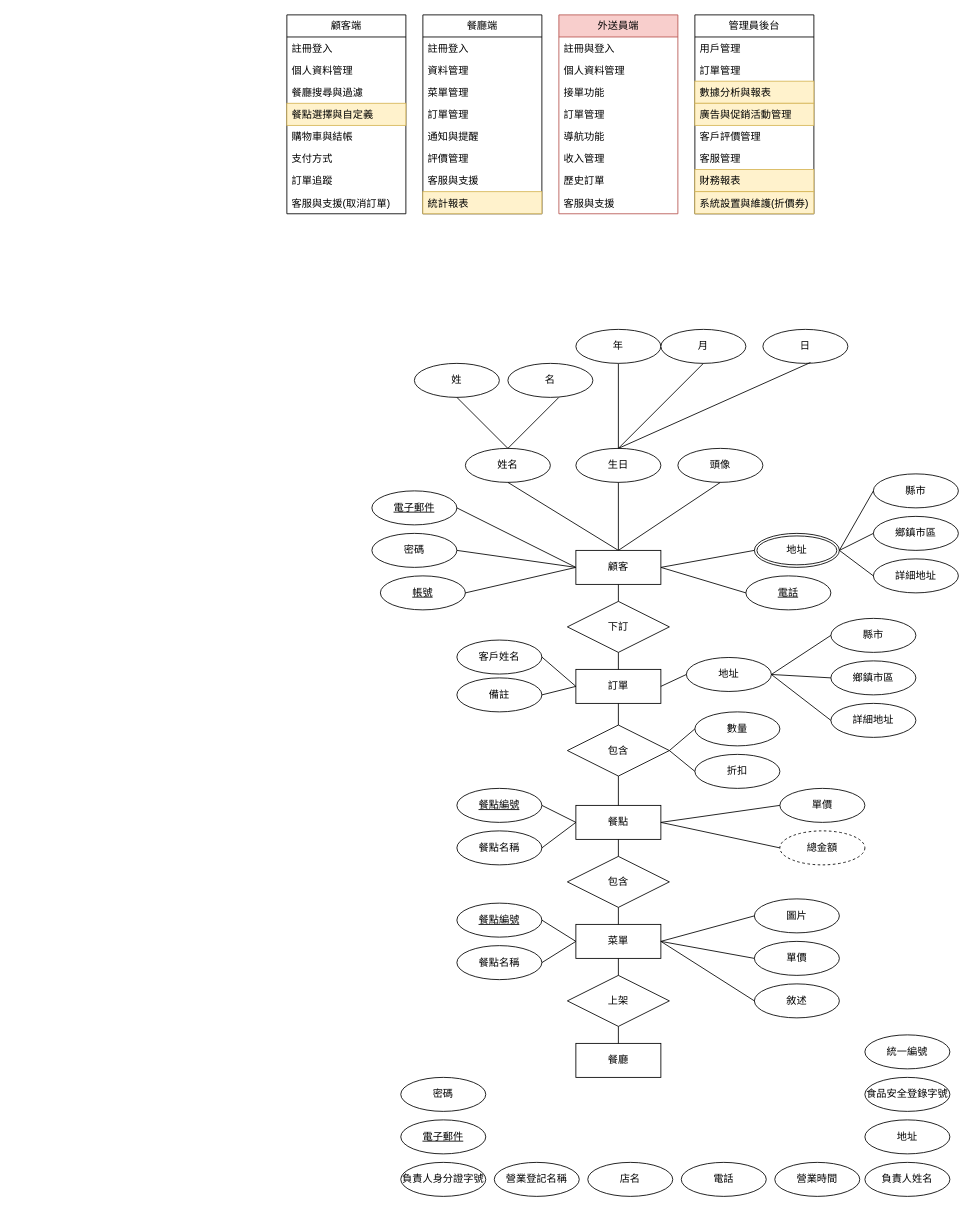
Above: page "第 3 页" (3 of 3) of structure.drawio in yupm15/project2 (draw.io), before the change. Source tidied: cells renumbered, new cells numbered last; positions are measured from the earlier drawing's top-left corner, leaving out a move shared by most shapes. Both pictures are drawn from the tidied source at 85%, with x=0, y=0 at pixel (286, 14).
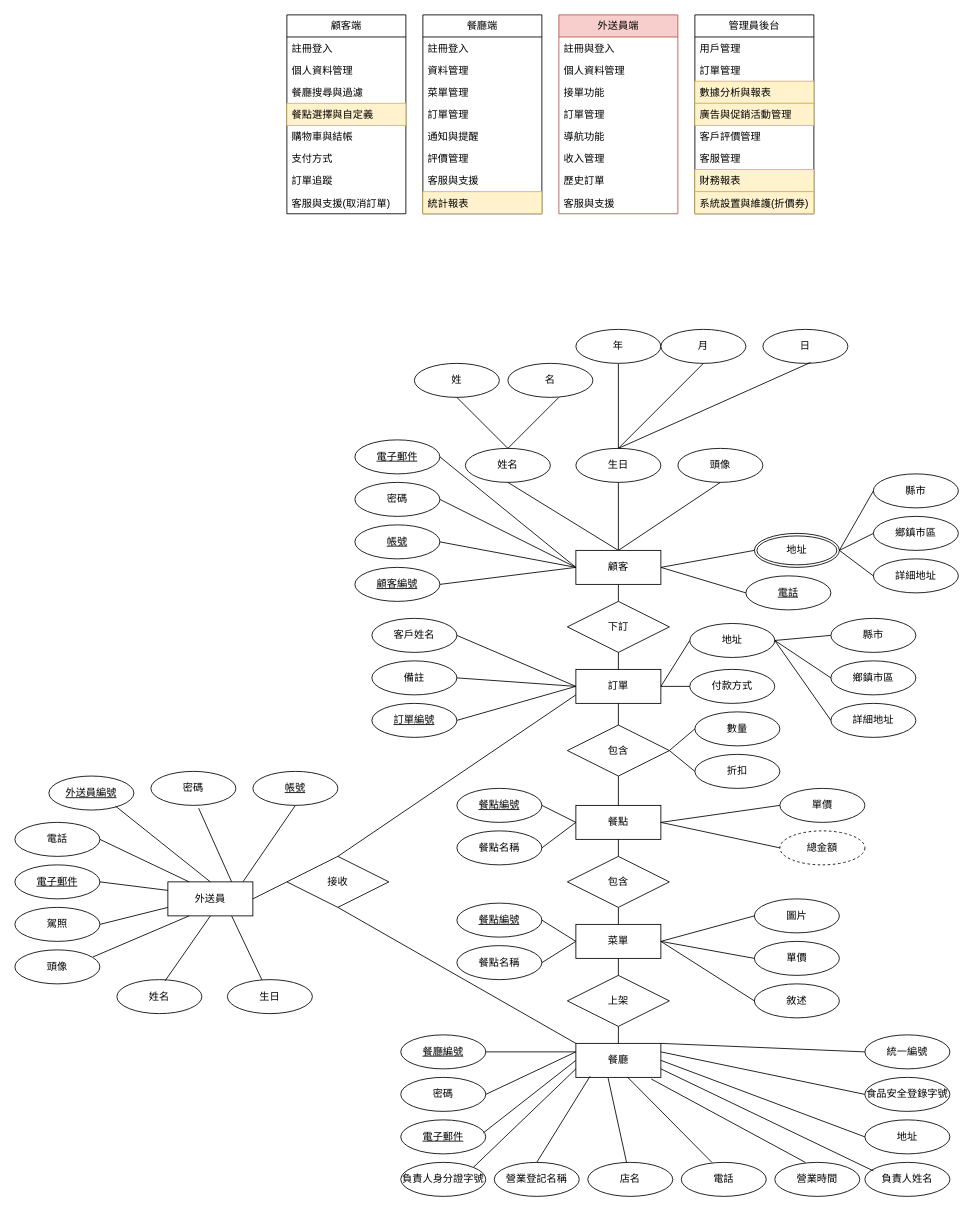
The same diagram, later.

The change refers to these unchanged cells:
```xml
<mxCell id="47" value="訂單" style="whiteSpace=wrap;html=1;align=center;" parent="1" vertex="1">
  <mxGeometry x="340" y="770" width="100" height="40" as="geometry" />
</mxCell>
<mxCell id="64" value="餐廳" style="whiteSpace=wrap;html=1;align=center;" parent="1" vertex="1">
  <mxGeometry x="340" y="1210" width="100" height="40" as="geometry" />
</mxCell>
<mxCell id="65" value="電子郵件" style="ellipse;whiteSpace=wrap;html=1;align=center;fontStyle=4;" parent="1" vertex="1">
  <mxGeometry x="134" y="1300" width="100" height="40" as="geometry" />
</mxCell>
<mxCell id="66" value="店名" style="ellipse;whiteSpace=wrap;html=1;align=center;" parent="1" vertex="1">
  <mxGeometry x="354" y="1350" width="100" height="40" as="geometry" />
</mxCell>
<mxCell id="67" value="電話" style="ellipse;whiteSpace=wrap;html=1;align=center;" parent="1" vertex="1">
  <mxGeometry x="464" y="1350" width="100" height="40" as="geometry" />
</mxCell>
<mxCell id="68" value="負責人姓名" style="ellipse;whiteSpace=wrap;html=1;align=center;" parent="1" vertex="1">
  <mxGeometry x="680" y="1350" width="100" height="40" as="geometry" />
</mxCell>
<mxCell id="69" value="地址" style="ellipse;whiteSpace=wrap;html=1;align=center;" parent="1" vertex="1">
  <mxGeometry x="680" y="1300" width="100" height="40" as="geometry" />
</mxCell>
<mxCell id="70" value="營業時間" style="ellipse;whiteSpace=wrap;html=1;align=center;" parent="1" vertex="1">
  <mxGeometry x="574" y="1350" width="100" height="40" as="geometry" />
</mxCell>
<mxCell id="71" value="統一編號" style="ellipse;whiteSpace=wrap;html=1;align=center;" parent="1" vertex="1">
  <mxGeometry x="680" y="1200" width="100" height="40" as="geometry" />
</mxCell>
<mxCell id="72" value="負責人身分證字號" style="ellipse;whiteSpace=wrap;html=1;align=center;" parent="1" vertex="1">
  <mxGeometry x="134" y="1350" width="100" height="40" as="geometry" />
</mxCell>
<mxCell id="73" value="營業登記名稱" style="ellipse;whiteSpace=wrap;html=1;align=center;" parent="1" vertex="1">
  <mxGeometry x="244" y="1350" width="100" height="40" as="geometry" />
</mxCell>
<mxCell id="74" value="食品安全登錄字號" style="ellipse;whiteSpace=wrap;html=1;align=center;" parent="1" vertex="1">
  <mxGeometry x="680" y="1250" width="100" height="40" as="geometry" />
</mxCell>
<mxCell id="75" value="密碼" style="ellipse;whiteSpace=wrap;html=1;align=center;" parent="1" vertex="1">
  <mxGeometry x="134" y="1250" width="100" height="40" as="geometry" />
</mxCell>
<mxCell id="124" value="顧客" style="whiteSpace=wrap;html=1;align=center;" parent="1" vertex="1">
  <mxGeometry x="340" y="630" width="100" height="40" as="geometry" />
</mxCell>
```

Change to the diagram source:
```diff
@@
     <mxCell id="41" value="密碼" style="ellipse;whiteSpace=wrap;html=1;align=center;" parent="1" vertex="1">
-      <mxGeometry x="100" y="610" width="100" height="40" as="geometry" />
+      <mxGeometry x="80" y="550" width="100" height="40" as="geometry" />
     </mxCell>
@@
     <mxCell id="43" value="帳號" style="ellipse;whiteSpace=wrap;html=1;align=center;fontStyle=4;" parent="1" vertex="1">
-      <mxGeometry x="110" y="660" width="100" height="40" as="geometry" />
+      <mxGeometry x="80" y="600" width="100" height="40" as="geometry" />
     </mxCell>
     <mxCell id="44" value="電子郵件" style="ellipse;whiteSpace=wrap;html=1;align=center;fontStyle=4;" parent="1" vertex="1">
-      <mxGeometry x="100" y="560" width="100" height="40" as="geometry" />
+      <mxGeometry x="80" y="500" width="100" height="40" as="geometry" />
     </mxCell>
@@
     <mxCell id="48" value="客戶姓名" style="ellipse;whiteSpace=wrap;html=1;align=center;" parent="1" vertex="1">
-      <mxGeometry x="200" y="735.5" width="100" height="40" as="geometry" />
+      <mxGeometry x="100" y="710" width="100" height="40" as="geometry" />
     </mxCell>
     <mxCell id="49" value="地址" style="ellipse;whiteSpace=wrap;html=1;align=center;" parent="1" vertex="1">
-      <mxGeometry x="470" y="756" width="100" height="40" as="geometry" />
+      <mxGeometry x="474" y="716" width="100" height="40" as="geometry" />
     </mxCell>
@@
     <mxCell id="114" value="備註" style="ellipse;whiteSpace=wrap;html=1;align=center;" parent="1" vertex="1">
-      <mxGeometry x="200" y="780" width="100" height="40" as="geometry" />
+      <mxGeometry x="100" y="760" width="100" height="40" as="geometry" />
     </mxCell>
@@
+    <mxCell id="133" value="付款方式" style="ellipse;whiteSpace=wrap;html=1;align=center;" parent="1" vertex="1">
+      <mxGeometry x="474" y="770" width="100" height="40" as="geometry" />
+    </mxCell>
+    <mxCell id="134" style="endArrow=none;html=1;rounded=0;entryX=0;entryY=0.5;entryDx=0;entryDy=0;exitX=1;exitY=0.5;exitDx=0;exitDy=0;" parent="1" edge="1" source="47" target="133">
+      <mxGeometry relative="1" as="geometry" />
+    </mxCell>
+    <mxCell id="135" style="endArrow=none;html=1;rounded=0;entryX=0;entryY=0.25;entryDx=0;entryDy=0;exitX=1;exitY=0.5;exitDx=0;exitDy=0;" parent="1" edge="1" source="75" target="64">
+      <mxGeometry relative="1" as="geometry" />
+    </mxCell>
+    <mxCell id="136" style="endArrow=none;html=1;rounded=0;entryX=0;entryY=0.5;entryDx=0;entryDy=0;exitX=0.972;exitY=0.381;exitDx=0;exitDy=0;exitPerimeter=0;" parent="1" edge="1" source="65" target="64">
+      <mxGeometry relative="1" as="geometry" />
+    </mxCell>
+    <mxCell id="137" style="endArrow=none;html=1;rounded=0;entryX=0;entryY=0.75;entryDx=0;entryDy=0;exitX=1;exitY=0;exitDx=0;exitDy=0;" parent="1" edge="1" source="72" target="64">
+      <mxGeometry relative="1" as="geometry" />
+    </mxCell>
+    <mxCell id="138" style="endArrow=none;html=1;rounded=0;entryX=0.166;entryY=0.969;entryDx=0;entryDy=0;exitX=0.5;exitY=0;exitDx=0;exitDy=0;entryPerimeter=0;" parent="1" edge="1" source="73" target="64">
+      <mxGeometry relative="1" as="geometry" />
+    </mxCell>
+    <mxCell id="139" style="endArrow=none;html=1;rounded=0;entryX=0.379;entryY=1.016;entryDx=0;entryDy=0;entryPerimeter=0;" parent="1" edge="1" source="66" target="64">
+      <mxGeometry relative="1" as="geometry" />
+    </mxCell>
+    <mxCell id="140" style="endArrow=none;html=1;rounded=0;entryX=0.611;entryY=1.001;entryDx=0;entryDy=0;exitX=0.36;exitY=0;exitDx=0;exitDy=0;entryPerimeter=0;exitPerimeter=0;" parent="1" edge="1" source="67" target="64">
+      <mxGeometry relative="1" as="geometry" />
+    </mxCell>
+    <mxCell id="141" style="endArrow=none;html=1;rounded=0;entryX=0.887;entryY=1.048;entryDx=0;entryDy=0;exitX=0.36;exitY=0;exitDx=0;exitDy=0;entryPerimeter=0;exitPerimeter=0;" parent="1" edge="1" source="70" target="64">
+      <mxGeometry relative="1" as="geometry" />
+    </mxCell>
+    <mxCell id="142" style="endArrow=none;html=1;rounded=0;entryX=1;entryY=0.75;entryDx=0;entryDy=0;exitX=0.1;exitY=0.25;exitDx=0;exitDy=0;exitPerimeter=0;" parent="1" edge="1" source="68" target="64">
+      <mxGeometry relative="1" as="geometry" />
+    </mxCell>
+    <mxCell id="143" style="endArrow=none;html=1;rounded=0;entryX=1;entryY=0.5;entryDx=0;entryDy=0;exitX=0;exitY=0.5;exitDx=0;exitDy=0;" parent="1" edge="1" source="69" target="64">
+      <mxGeometry relative="1" as="geometry" />
+    </mxCell>
+    <mxCell id="144" style="endArrow=none;html=1;rounded=0;entryX=1;entryY=0.25;entryDx=0;entryDy=0;exitX=0;exitY=0.5;exitDx=0;exitDy=0;" parent="1" edge="1" source="74" target="64">
+      <mxGeometry relative="1" as="geometry" />
+    </mxCell>
+    <mxCell id="145" style="endArrow=none;html=1;rounded=0;entryX=1;entryY=0;entryDx=0;entryDy=0;exitX=0;exitY=0.5;exitDx=0;exitDy=0;" parent="1" edge="1" source="71" target="64">
+      <mxGeometry relative="1" as="geometry" />
+    </mxCell>
+    <mxCell id="146" value="外送員" style="whiteSpace=wrap;html=1;align=center;" parent="1" vertex="1">
+      <mxGeometry x="-140" y="1020" width="100" height="40" as="geometry" />
+    </mxCell>
+    <mxCell id="147" value="接收" style="shape=rhombus;perimeter=rhombusPerimeter;whiteSpace=wrap;html=1;align=center;" parent="1" vertex="1">
+      <mxGeometry y="990" width="120" height="60" as="geometry" />
+    </mxCell>
+    <mxCell id="148" style="endArrow=none;html=1;rounded=0;entryX=0;entryY=0;entryDx=0;entryDy=0;exitX=0.5;exitY=1;exitDx=0;exitDy=0;" parent="1" edge="1" source="147" target="64">
+      <mxGeometry relative="1" as="geometry" />
+    </mxCell>
+    <mxCell id="149" style="endArrow=none;html=1;rounded=0;entryX=0;entryY=0.75;entryDx=0;entryDy=0;exitX=0.5;exitY=0;exitDx=0;exitDy=0;" parent="1" edge="1" source="147" target="47">
+      <mxGeometry relative="1" as="geometry" />
+    </mxCell>
+    <mxCell id="150" style="endArrow=none;html=1;rounded=0;exitX=1;exitY=0.5;exitDx=0;exitDy=0;entryX=0;entryY=0.5;entryDx=0;entryDy=0;" parent="1" edge="1" source="146" target="147">
+      <mxGeometry relative="1" as="geometry" />
+    </mxCell>
+    <mxCell id="151" value="顧客編號" style="ellipse;whiteSpace=wrap;html=1;align=center;fontStyle=4;" parent="1" vertex="1">
+      <mxGeometry x="80" y="650" width="100" height="40" as="geometry" />
+    </mxCell>
+    <mxCell id="152" style="endArrow=none;html=1;rounded=0;entryX=0;entryY=0.5;entryDx=0;entryDy=0;exitX=1;exitY=0.5;exitDx=0;exitDy=0;" parent="1" edge="1" source="151" target="124">
+      <mxGeometry relative="1" as="geometry" />
+    </mxCell>
+    <mxCell id="153" value="餐廳編號" style="ellipse;whiteSpace=wrap;html=1;align=center;fontStyle=4;" parent="1" vertex="1">
+      <mxGeometry x="134" y="1200" width="100" height="40" as="geometry" />
+    </mxCell>
+    <mxCell id="154" style="endArrow=none;html=1;rounded=0;exitX=1;exitY=0.5;exitDx=0;exitDy=0;entryX=0;entryY=0.25;entryDx=0;entryDy=0;" parent="1" edge="1" source="153" target="64">
+      <mxGeometry relative="1" as="geometry" />
+    </mxCell>
+    <mxCell id="155" value="訂單編號" style="ellipse;whiteSpace=wrap;html=1;align=center;fontStyle=4;" parent="1" vertex="1">
+      <mxGeometry x="100" y="810" width="100" height="40" as="geometry" />
+    </mxCell>
+    <mxCell id="156" style="endArrow=none;html=1;rounded=0;entryX=0;entryY=0.5;entryDx=0;entryDy=0;exitX=1;exitY=0.5;exitDx=0;exitDy=0;" parent="1" edge="1" source="155" target="47">
+      <mxGeometry relative="1" as="geometry" />
+    </mxCell>
+    <mxCell id="157" value="頭像" style="ellipse;whiteSpace=wrap;html=1;align=center;" parent="1" vertex="1">
+      <mxGeometry x="-320" y="1100" width="100" height="40" as="geometry" />
+    </mxCell>
+    <mxCell id="158" value="電話" style="ellipse;whiteSpace=wrap;html=1;align=center;" parent="1" vertex="1">
+      <mxGeometry x="-320" y="950" width="100" height="40" as="geometry" />
+    </mxCell>
+    <mxCell id="159" value="駕照" style="ellipse;whiteSpace=wrap;html=1;align=center;" parent="1" vertex="1">
+      <mxGeometry x="-320" y="1050" width="100" height="40" as="geometry" />
+    </mxCell>
+    <mxCell id="160" value="外送員編號" style="ellipse;whiteSpace=wrap;html=1;align=center;fontStyle=4;" parent="1" vertex="1">
+      <mxGeometry x="-280" y="895.5" width="100" height="40" as="geometry" />
+    </mxCell>
+    <mxCell id="161" value="電子郵件" style="ellipse;whiteSpace=wrap;html=1;align=center;fontStyle=4;" parent="1" vertex="1">
+      <mxGeometry x="-320" y="1000" width="100" height="40" as="geometry" />
+    </mxCell>
+    <mxCell id="162" value="姓名" style="ellipse;whiteSpace=wrap;html=1;align=center;" parent="1" vertex="1">
+      <mxGeometry x="-200" y="1135" width="100" height="40" as="geometry" />
+    </mxCell>
+    <mxCell id="163" value="生日" style="ellipse;whiteSpace=wrap;html=1;align=center;" parent="1" vertex="1">
+      <mxGeometry x="-70" y="1135" width="100" height="40" as="geometry" />
+    </mxCell>
+    <mxCell id="164" value="密碼" style="ellipse;whiteSpace=wrap;html=1;align=center;" parent="1" vertex="1">
+      <mxGeometry x="-160" y="890" width="100" height="40" as="geometry" />
+    </mxCell>
+    <mxCell id="165" value="帳號" style="ellipse;whiteSpace=wrap;html=1;align=center;fontStyle=4;" parent="1" vertex="1">
+      <mxGeometry x="-40" y="890" width="100" height="40" as="geometry" />
+    </mxCell>
+    <mxCell id="166" style="endArrow=none;html=1;rounded=0;entryX=0.5;entryY=1;entryDx=0;entryDy=0;exitX=0.885;exitY=-0.008;exitDx=0;exitDy=0;exitPerimeter=0;" parent="1" edge="1" source="146" target="165">
+      <mxGeometry relative="1" as="geometry" />
+    </mxCell>
+    <mxCell id="167" style="endArrow=none;html=1;rounded=0;entryX=0.562;entryY=1.083;entryDx=0;entryDy=0;exitX=0.75;exitY=0;exitDx=0;exitDy=0;entryPerimeter=0;" parent="1" edge="1" source="146" target="164">
+      <mxGeometry relative="1" as="geometry" />
+    </mxCell>
+    <mxCell id="168" style="endArrow=none;html=1;rounded=0;entryX=0.785;entryY=0.888;entryDx=0;entryDy=0;exitX=0.5;exitY=0;exitDx=0;exitDy=0;entryPerimeter=0;" parent="1" edge="1" source="146" target="160">
+      <mxGeometry relative="1" as="geometry" />
+    </mxCell>
+    <mxCell id="169" style="endArrow=none;html=1;rounded=0;entryX=1;entryY=0.5;entryDx=0;entryDy=0;exitX=0.25;exitY=0;exitDx=0;exitDy=0;" parent="1" edge="1" source="146" target="158">
+      <mxGeometry relative="1" as="geometry" />
+    </mxCell>
+    <mxCell id="170" style="endArrow=none;html=1;rounded=0;entryX=1;entryY=0.5;entryDx=0;entryDy=0;exitX=0;exitY=0.25;exitDx=0;exitDy=0;" parent="1" edge="1" source="146" target="161">
+      <mxGeometry relative="1" as="geometry" />
+    </mxCell>
+    <mxCell id="171" style="endArrow=none;html=1;rounded=0;entryX=1;entryY=0.5;entryDx=0;entryDy=0;exitX=0;exitY=0.75;exitDx=0;exitDy=0;" parent="1" edge="1" source="146" target="159">
+      <mxGeometry relative="1" as="geometry" />
+    </mxCell>
+    <mxCell id="172" style="endArrow=none;html=1;rounded=0;entryX=0.919;entryY=0.208;entryDx=0;entryDy=0;exitX=0.25;exitY=1;exitDx=0;exitDy=0;entryPerimeter=0;" parent="1" edge="1" source="146" target="157">
+      <mxGeometry relative="1" as="geometry" />
+    </mxCell>
+    <mxCell id="173" style="endArrow=none;html=1;rounded=0;entryX=0.5;entryY=1;entryDx=0;entryDy=0;exitX=0.568;exitY=0.033;exitDx=0;exitDy=0;exitPerimeter=0;" parent="1" edge="1" source="162" target="146">
+      <mxGeometry relative="1" as="geometry" />
+    </mxCell>
+    <mxCell id="174" style="endArrow=none;html=1;rounded=0;entryX=0.75;entryY=1;entryDx=0;entryDy=0;" parent="1" edge="1" source="163" target="146">
+      <mxGeometry relative="1" as="geometry" />
+    </mxCell>
```
